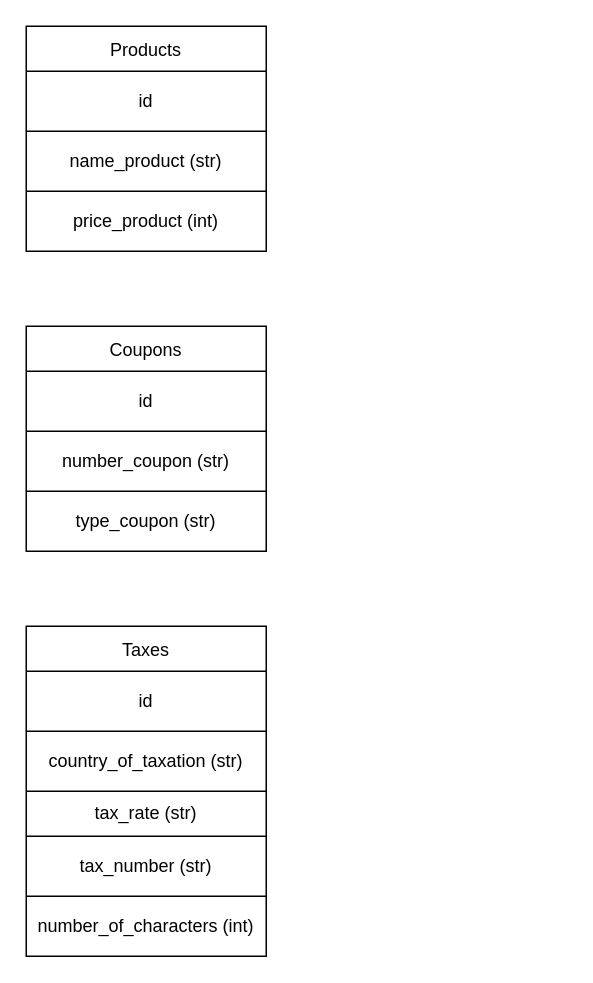
This is db.drawio from Ruslan-qu/candidate-test, a draw.io file, before an edit. Source tidied: cells renumbered, new cells numbered last; positions are measured from the earlier drawing's top-left corner, leaving out a move shared by most shapes. Both pictures are drawn from the tidied source at 150%, with x=0, y=0 at pixel (26, 26).
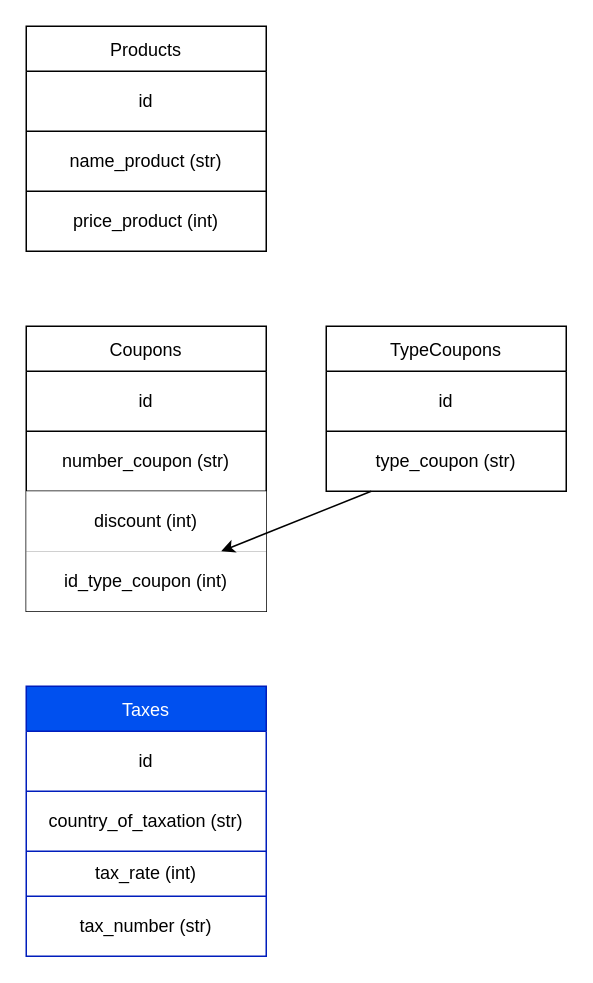
The same page after the edit.

Unchanged cells that the change refers to:
```xml
<mxCell id="14" style="shape=tableRow;horizontal=0;startSize=0;swimlaneHead=0;swimlaneBody=0;top=0;left=0;bottom=0;right=0;fillColor=none;" parent="9" vertex="1">
  <mxGeometry y="110" width="160" height="40" as="geometry" />
</mxCell>
<mxCell id="21" style="shape=tableRow;horizontal=0;startSize=0;swimlaneHead=0;swimlaneBody=0;top=0;left=0;bottom=0;right=0;fillColor=none;" parent="16" vertex="1">
  <mxGeometry y="110" width="160" height="30" as="geometry" />
</mxCell>
```

What changed in the source:
```diff
@@
     <mxCell id="9" value="Coupons" style="shape=table;startSize=30;childLayout=tableLayout;" parent="1" vertex="1">
-      <mxGeometry y="200" width="160" height="150" as="geometry" />
+      <mxGeometry y="200" width="160" height="190" as="geometry" />
     </mxCell>
@@
-    <mxCell id="15" value="type_coupon (str)" style="shape=partialRectangle;html=1;whiteSpace=wrap;overflow=hidden;fillColor=none;top=0;left=0;bottom=0;right=0;" parent="14" vertex="1">
+    <mxCell id="15" value="discount (int)" style="shape=partialRectangle;html=1;whiteSpace=wrap;overflow=hidden;top=0;left=0;bottom=0;right=0;" parent="14" vertex="1">
       <mxGeometry width="160" height="40" as="geometry" />
     </mxCell>
+    <mxCell id="27" style="shape=tableRow;horizontal=0;startSize=0;swimlaneHead=0;swimlaneBody=0;top=0;left=0;bottom=0;right=0;fillColor=none;points=[[0,0.5],[1,0.5]];portConstraint=eastwest;" parent="9" vertex="1">
+      <mxGeometry y="150" width="160" height="40" as="geometry" />
+    </mxCell>
+    <mxCell id="28" value="id_type_coupon (int)" style="shape=partialRectangle;html=1;whiteSpace=wrap;overflow=hidden;top=0;left=0;bottom=0;right=0;" parent="27" vertex="1">
+      <mxGeometry width="160" height="40" as="geometry" />
+    </mxCell>
-    <mxCell id="16" value="Taxes" style="shape=table;startSize=30;childLayout=tableLayout;" parent="1" vertex="1">
-      <mxGeometry y="400" width="160" height="220" as="geometry" />
+    <mxCell id="16" value="Taxes" style="shape=table;startSize=30;childLayout=tableLayout;fillColor=#0050ef;fontColor=#ffffff;strokeColor=#001DBC;" parent="1" vertex="1">
+      <mxGeometry y="440" width="160" height="180" as="geometry" />
     </mxCell>
@@
-    <mxCell id="22" value="tax_rate (str)" style="shape=partialRectangle;html=1;whiteSpace=wrap;overflow=hidden;fillColor=none;top=0;left=0;bottom=0;right=0;" parent="21" vertex="1">
+    <mxCell id="22" value="tax_rate (int)" style="shape=partialRectangle;html=1;whiteSpace=wrap;overflow=hidden;fillColor=none;top=0;left=0;bottom=0;right=0;" parent="21" vertex="1">
       <mxGeometry width="160" height="30" as="geometry" />
     </mxCell>
@@
-    <mxCell id="25" style="shape=tableRow;horizontal=0;startSize=0;swimlaneHead=0;swimlaneBody=0;top=0;left=0;bottom=0;right=0;fillColor=none;" parent="16" vertex="1">
-      <mxGeometry y="180" width="160" height="40" as="geometry" />
-    </mxCell>
-    <mxCell id="26" value="number_of_characters (int)" style="shape=partialRectangle;html=1;whiteSpace=wrap;overflow=hidden;fillColor=none;top=0;left=0;bottom=0;right=0;" parent="25" vertex="1">
-      <mxGeometry width="160" height="40" as="geometry" />
-    </mxCell>
+    <mxCell id="29" value="TypeCoupons" style="shape=table;startSize=30;childLayout=tableLayout;" parent="1" vertex="1">
+      <mxGeometry x="200" y="200" width="160" height="110" as="geometry" />
+    </mxCell>
+    <mxCell id="30" style="shape=tableRow;horizontal=0;startSize=0;swimlaneHead=0;swimlaneBody=0;top=0;left=0;bottom=0;right=0;fillColor=none;" parent="29" vertex="1">
+      <mxGeometry y="30" width="160" height="40" as="geometry" />
+    </mxCell>
+    <mxCell id="31" value="id" style="shape=partialRectangle;html=1;whiteSpace=wrap;overflow=hidden;fillColor=none;top=0;left=0;bottom=0;right=0;" parent="30" vertex="1">
+      <mxGeometry width="160" height="40" as="geometry" />
+    </mxCell>
+    <mxCell id="32" style="shape=tableRow;horizontal=0;startSize=0;swimlaneHead=0;swimlaneBody=0;top=0;left=0;bottom=0;right=0;fillColor=none;points=[[0,0.5],[1,0.5]];portConstraint=eastwest;" parent="29" vertex="1">
+      <mxGeometry y="70" width="160" height="40" as="geometry" />
+    </mxCell>
+    <mxCell id="33" value="type_coupon&lt;span style=&quot;&quot;&gt;&amp;nbsp;(str)&lt;/span&gt;" style="shape=partialRectangle;html=1;whiteSpace=wrap;overflow=hidden;fillColor=none;top=0;left=0;bottom=0;right=0;" parent="32" vertex="1">
+      <mxGeometry width="160" height="40" as="geometry" />
+    </mxCell>
+    <mxCell id="34" style="edgeStyle=none;html=1;" parent="1" edge="1" source="32" target="27">
+      <mxGeometry relative="1" as="geometry" />
+    </mxCell>
```
